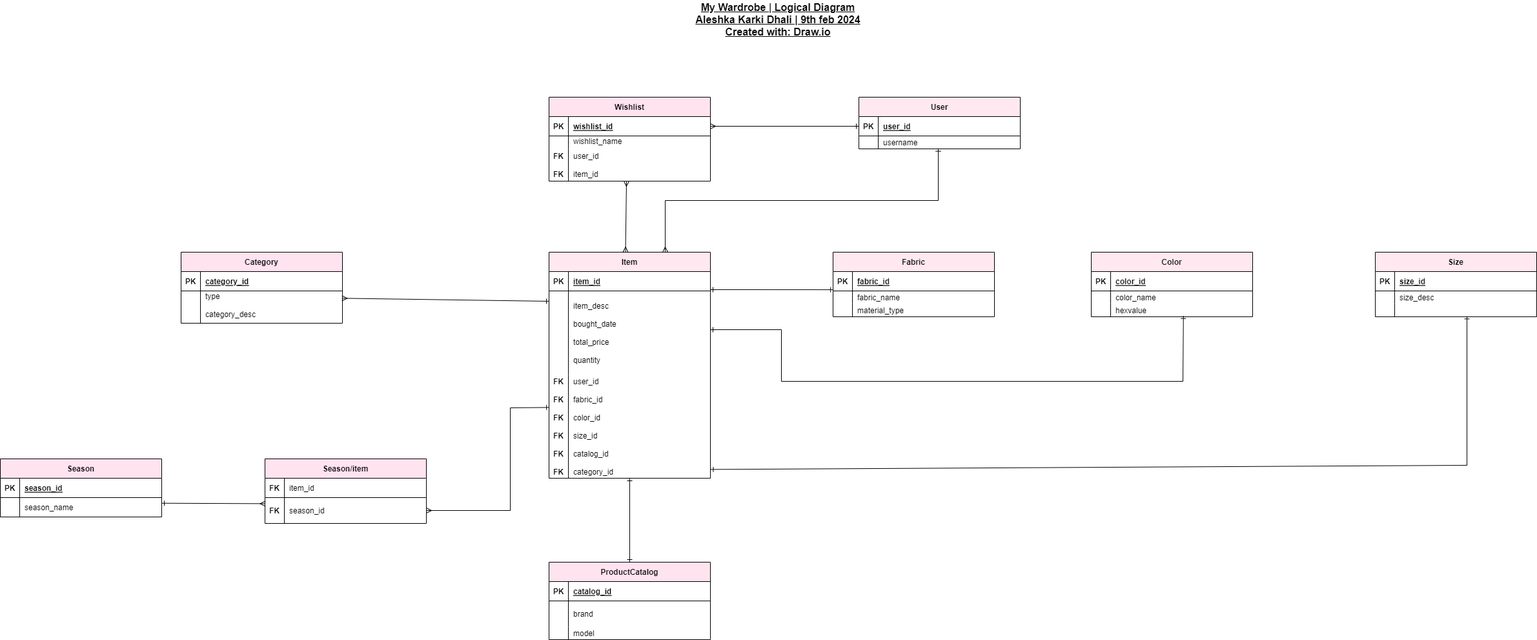
The draw.io diagram Database_ERD/Logical_ERD.png in AleshkaKarki/mywardrobe, before a commit. Source tidied: cells renumbered, new cells last; positions are measured from the earlier drawing's top-left corner, leaving out a move shared by most shapes.
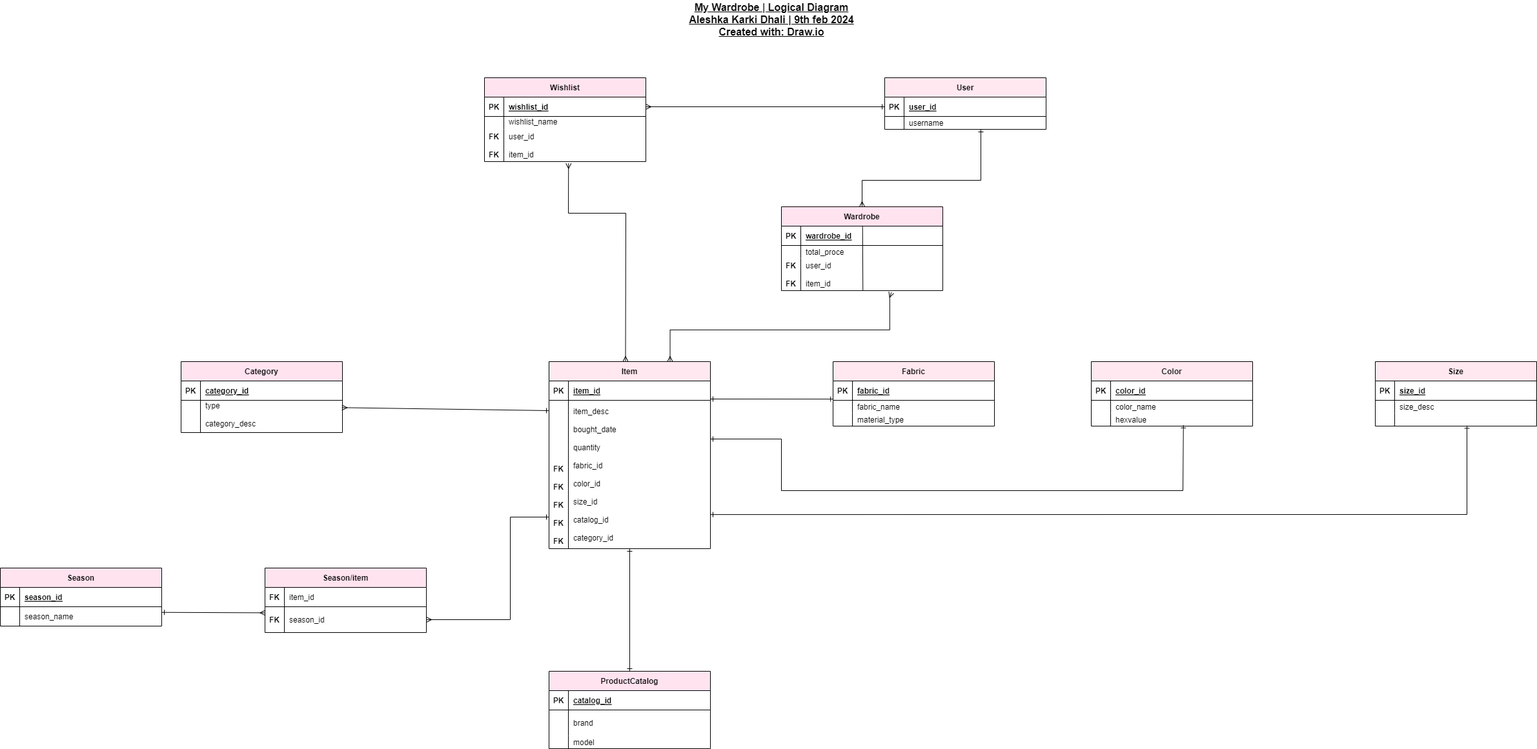
The same diagram one commit later.

The edit, as a diff of the source:
```diff
@@ -6,7 +6,7 @@
       <mxGeometry relative="1" as="geometry" />
     </mxCell>
     <mxCell id="3" value="Item" style="shape=table;startSize=30;rowLines=0;fontStyle=1;align=center;fillColor=#FFE8EF;" parent="1" vertex="1">
-      <mxGeometry x="850" y="390" width="250" height="350" as="geometry" />
+      <mxGeometry x="850" y="390" width="250" height="290" as="geometry" />
     </mxCell>
     <mxCell id="4" style="shape=partialRectangle;fillColor=none;top=0;left=0;right=0;bottom=1;" parent="3" vertex="1">
       <mxGeometry y="30" width="250" height="30" as="geometry" />
@@ -18,25 +18,16 @@
       <mxGeometry x="30" width="220" height="30" as="geometry" />
     </mxCell>
     <mxCell id="7" style="shape=partialRectangle;fillColor=none;points=[[0,0.5],[1,0.5]];portConstraint=eastwest;top=0;left=0;right=0;bottom=0;" parent="3" vertex="1">
-      <mxGeometry y="60" width="250" height="130" as="geometry" />
+      <mxGeometry y="60" width="250" height="230" as="geometry" />
     </mxCell>
-    <mxCell id="8" style="shape=partialRectangle;overflow=hidden;fillColor=none;top=0;left=0;bottom=0;right=0;" parent="7" vertex="1">
-      <mxGeometry width="30" height="130" as="geometry" />
+    <mxCell id="8" value="&#10;&#10;&#10;&#10;&#10;&#10;&#10;FK&#10;&#10;FK&#10;&#10;FK&#10;&#10;FK&#10;&#10;FK&#10;" style="shape=partialRectangle;overflow=hidden;fillColor=none;top=0;left=0;bottom=0;right=0;fontStyle=1;" parent="7" vertex="1">
+      <mxGeometry width="30" height="230" as="geometry" />
     </mxCell>
-    <mxCell id="9" value="item_desc&#10;&#10;bought_date&#10;&#10;total_price&#10;&#10;quantity" style="shape=partialRectangle;overflow=hidden;fillColor=none;top=0;left=0;bottom=0;right=0;align=left;spacingLeft=6;" parent="7" vertex="1">
-      <mxGeometry x="30" width="220" height="130" as="geometry" />
+    <mxCell id="9" value="item_desc&#10;&#10;bought_date&#10;&#10;quantity&#10;&#10;fabric_id&#10;&#10;color_id&#10;&#10;size_id&#10;&#10;catalog_id&#10;&#10;category_id" style="shape=partialRectangle;overflow=hidden;fillColor=none;top=0;left=0;bottom=0;right=0;align=left;spacingLeft=6;" parent="7" vertex="1">
+      <mxGeometry x="30" width="220" height="230" as="geometry" />
     </mxCell>
-    <mxCell id="10" style="shape=partialRectangle;fillColor=none;points=[[0,0.5],[1,0.5]];portConstraint=eastwest;top=0;left=0;right=0;bottom=0;" parent="3" vertex="1">
-      <mxGeometry y="190" width="250" height="160" as="geometry" />
-    </mxCell>
-    <mxCell id="11" value="FK&#10;&#10;FK&#10;&#10;FK&#10;&#10;FK&#10;&#10;FK&#10;&#10;FK" style="shape=partialRectangle;overflow=hidden;fillColor=none;top=0;left=0;bottom=0;right=0;fontStyle=1;" parent="10" vertex="1">
-      <mxGeometry width="30" height="160" as="geometry" />
-    </mxCell>
-    <mxCell id="12" value="user_id&#10;&#10;fabric_id&#10;&#10;color_id&#10;&#10;size_id&#10;&#10;catalog_id&#10;&#10;category_id" style="shape=partialRectangle;overflow=hidden;fillColor=none;top=0;left=0;bottom=0;right=0;align=left;spacingLeft=6;" parent="10" vertex="1">
-      <mxGeometry x="30" width="220" height="160" as="geometry" />
-    </mxCell>
     <mxCell id="13" value="Wishlist" style="shape=table;startSize=30;rowLines=0;fontStyle=1;align=center;fillColor=#FFE3EF;" parent="1" vertex="1">
-      <mxGeometry x="850" y="150" width="250" height="130" as="geometry" />
+      <mxGeometry x="750" y="-50" width="250" height="130" as="geometry" />
     </mxCell>
     <mxCell id="14" style="shape=partialRectangle;fillColor=none;points=[[0,0.5],[1,0.5]];portConstraint=eastwest;top=0;left=0;right=0;bottom=1;" parent="13" vertex="1">
       <mxGeometry y="30" width="250" height="30" as="geometry" />
@@ -116,13 +107,16 @@
     <mxCell id="39" value="model" style="shape=partialRectangle;overflow=hidden;fillColor=none;top=0;left=0;bottom=0;right=0;align=left;spacingLeft=6;" parent="37" vertex="1">
       <mxGeometry x="30" width="220" height="20" as="geometry" />
     </mxCell>
-    <mxCell id="40" style="endArrow=ERmany;html=1;rounded=0;startArrow=ERmany;startFill=0;endFill=0;exitX=0.474;exitY=0;exitDx=0;exitDy=0;exitPerimeter=0;" parent="1" edge="1" source="3">
+    <mxCell id="40" style="endArrow=ERmany;html=1;rounded=0;startArrow=ERmany;startFill=0;endFill=0;exitX=0.474;exitY=0;exitDx=0;exitDy=0;exitPerimeter=0;entryX=0.521;entryY=1.056;entryDx=0;entryDy=0;entryPerimeter=0;" parent="1" edge="1" source="3" target="20">
       <mxGeometry relative="1" as="geometry">
-        <mxPoint x="970" y="280" as="targetPoint" />
+        <Array as="points">
+          <mxPoint x="969" y="160" />
+          <mxPoint x="880" y="160" />
+        </Array>
       </mxGeometry>
     </mxCell>
     <mxCell id="41" value="&lt;b style=&quot;font-size: 16px;&quot;&gt;&lt;u&gt;My Wardrobe | Logical Diagram&lt;br&gt;Aleshka Karki Dhali | 9th feb 2024&lt;br&gt;Created with: Draw.io&lt;/u&gt;&lt;/b&gt;" style="text;html=1;strokeColor=none;fillColor=none;align=center;verticalAlign=middle;whiteSpace=wrap;rounded=0;" parent="1" vertex="1">
-      <mxGeometry x="1060" width="290" height="60" as="geometry" />
+      <mxGeometry x="1050" y="-170" width="290" height="60" as="geometry" />
     </mxCell>
     <mxCell id="42" value="Size" style="shape=table;startSize=30;rowLines=0;fontStyle=1;align=center;fillColor=#FFE8EF;" parent="1" vertex="1">
       <mxGeometry x="2130" y="390" width="250" height="100" as="geometry" />
@@ -215,7 +209,7 @@
       <mxGeometry x="30" width="220" height="20" as="geometry" />
     </mxCell>
     <mxCell id="72" value="User" style="shape=table;startSize=30;rowLines=0;fontStyle=1;align=center;fillColor=#FFE8EF;" parent="1" vertex="1">
-      <mxGeometry x="1330" y="150" width="250" height="80" as="geometry" />
+      <mxGeometry x="1370" y="-50" width="250" height="80" as="geometry" />
     </mxCell>
     <mxCell id="73" style="shape=partialRectangle;fillColor=none;points=[[0,0.5],[1,0.5]];portConstraint=eastwest;top=0;left=0;right=0;bottom=1;" parent="72" vertex="1">
       <mxGeometry y="30" width="250" height="30" as="geometry" />
@@ -253,10 +247,10 @@
         </Array>
       </mxGeometry>
     </mxCell>
-    <mxCell id="82" style="endArrow=ERone;html=1;rounded=0;exitX=1.002;exitY=0.915;exitDx=0;exitDy=0;exitPerimeter=0;entryX=0.568;entryY=0.966;entryDx=0;entryDy=0;entryPerimeter=0;startArrow=ERone;startFill=0;endFill=0;" parent="1" edge="1" source="10" target="49">
+    <mxCell id="82" style="endArrow=ERone;html=1;rounded=0;exitX=1;exitY=0.77;exitDx=0;exitDy=0;exitPerimeter=0;entryX=0.568;entryY=0.966;entryDx=0;entryDy=0;entryPerimeter=0;startArrow=ERone;startFill=0;endFill=0;" parent="1" edge="1" source="7" target="49">
       <mxGeometry relative="1" as="geometry">
         <Array as="points">
-          <mxPoint x="2272" y="720" />
+          <mxPoint x="2272" y="627" />
         </Array>
       </mxGeometry>
     </mxCell>
@@ -265,15 +259,6 @@
         <mxPoint x="850" y="466" as="targetPoint" />
       </mxGeometry>
     </mxCell>
-    <mxCell id="84" style="endArrow=ERone;html=1;rounded=0;startArrow=ERmany;startFill=0;endFill=0;entryX=0.492;entryY=0.982;entryDx=0;entryDy=0;entryPerimeter=0;" parent="1" edge="1" target="76">
-      <mxGeometry relative="1" as="geometry">
-        <mxPoint x="1030" y="390" as="sourcePoint" />
-        <Array as="points">
-          <mxPoint x="1030" y="310" />
-          <mxPoint x="1453" y="310" />
-        </Array>
-      </mxGeometry>
-    </mxCell>
     <mxCell id="85" value="Season" style="shape=table;startSize=30;rowLines=0;fontStyle=1;align=center;fillColor=#FFE3EF;" parent="1" vertex="1">
       <mxGeometry y="710" width="250" height="90" as="geometry" />
     </mxCell>
@@ -319,7 +304,7 @@
     <mxCell id="99" style="endArrow=ERmany;html=1;rounded=0;exitX=1;exitY=0.29;exitDx=0;exitDy=0;exitPerimeter=0;entryX=0.002;entryY=0.235;entryDx=0;entryDy=0;entryPerimeter=0;startArrow=ERone;startFill=0;endFill=0;" parent="1" edge="1" source="89" target="96">
       <mxGeometry relative="1" as="geometry" />
     </mxCell>
-    <mxCell id="100" style="endArrow=ERone;html=1;rounded=0;exitX=1;exitY=0.5;exitDx=0;exitDy=0;entryX=0.001;entryY=0.315;entryDx=0;entryDy=0;entryPerimeter=0;startArrow=ERmany;startFill=0;endFill=0;" parent="1" edge="1" source="96" target="10">
+    <mxCell id="100" style="endArrow=ERone;html=1;rounded=0;exitX=1;exitY=0.5;exitDx=0;exitDy=0;entryX=0;entryY=0.787;entryDx=0;entryDy=0;entryPerimeter=0;startArrow=ERmany;startFill=0;endFill=0;" parent="1" edge="1" source="96" target="7">
       <mxGeometry relative="1" as="geometry">
         <Array as="points">
           <mxPoint x="790" y="790" />
@@ -327,5 +312,57 @@
         </Array>
       </mxGeometry>
     </mxCell>
+    <mxCell id="101" value="Wardrobe" style="shape=table;startSize=30;rowLines=0;fontStyle=1;align=center;fillColor=#FFE3EF;" parent="1" vertex="1">
+      <mxGeometry x="1210" y="150" width="250" height="130" as="geometry" />
+    </mxCell>
+    <mxCell id="102" style="shape=partialRectangle;fillColor=none;points=[[0,0.5],[1,0.5]];portConstraint=eastwest;top=0;left=0;right=0;bottom=1;" parent="101" vertex="1">
+      <mxGeometry y="30" width="250" height="30" as="geometry" />
+    </mxCell>
+    <mxCell id="103" value="PK" style="shape=partialRectangle;overflow=hidden;fillColor=none;top=0;left=0;bottom=0;right=0;fontStyle=1;" parent="102" vertex="1">
+      <mxGeometry width="30" height="30" as="geometry" />
+    </mxCell>
+    <mxCell id="104" value="wardrobe_id" style="shape=partialRectangle;overflow=hidden;fillColor=none;top=0;left=0;bottom=0;right=0;align=left;spacingLeft=6;fontStyle=5;" parent="102" vertex="1">
+      <mxGeometry x="30" width="220" height="30" as="geometry" />
+    </mxCell>
+    <mxCell id="105" style="shape=partialRectangle;fillColor=none;top=0;left=0;right=0;bottom=0;" parent="101" vertex="1">
+      <mxGeometry y="60" width="250" height="20" as="geometry" />
+    </mxCell>
+    <mxCell id="106" style="shape=partialRectangle;overflow=hidden;fillColor=none;top=0;left=0;bottom=0;right=0;" parent="105" vertex="1">
+      <mxGeometry width="30" height="20" as="geometry" />
+    </mxCell>
+    <mxCell id="107" value="total_proce" style="shape=partialRectangle;overflow=hidden;fillColor=none;top=0;left=0;bottom=0;right=0;align=left;spacingLeft=6;" parent="105" vertex="1">
+      <mxGeometry x="30" width="220" height="20" as="geometry" />
+    </mxCell>
+    <mxCell id="108" style="shape=partialRectangle;fillColor=none;points=[[0,0.5],[1,0.5]];portConstraint=eastwest;top=0;left=0;right=0;bottom=0;" parent="101" vertex="1">
+      <mxGeometry y="80" width="250" height="50" as="geometry" />
+    </mxCell>
+    <mxCell id="109" value="FK&#10;&#10;FK" style="shape=partialRectangle;overflow=hidden;fillColor=none;top=0;left=0;bottom=0;right=0;fontStyle=1;" parent="108" vertex="1">
+      <mxGeometry width="30" height="50" as="geometry" />
+    </mxCell>
+    <mxCell id="110" value="user_id&#10;&#10;item_id" style="shape=partialRectangle;overflow=hidden;fillColor=none;top=0;left=0;bottom=0;right=0;align=left;spacingLeft=6;" parent="108" vertex="1">
+      <mxGeometry x="30" width="220" height="50" as="geometry" />
+    </mxCell>
+    <mxCell id="111" style="endArrow=none;html=1;rounded=0;entryX=0.503;entryY=0.021;entryDx=0;entryDy=0;entryPerimeter=0;exitX=0.505;exitY=1.008;exitDx=0;exitDy=0;exitPerimeter=0;" parent="101" edge="1" source="108" target="102">
+      <mxGeometry relative="1" as="geometry" />
+    </mxCell>
+    <mxCell id="112" style="endArrow=ERone;html=1;rounded=0;entryX=0.497;entryY=1.035;entryDx=0;entryDy=0;entryPerimeter=0;exitX=0.5;exitY=0;exitDx=0;exitDy=0;startArrow=ERmany;startFill=0;endFill=0;" parent="1" edge="1" source="101">
+      <mxGeometry relative="1" as="geometry">
+        <mxPoint x="1519" y="30" as="targetPoint" />
+        <Array as="points">
+          <mxPoint x="1335" y="109" />
+          <mxPoint x="1519" y="109" />
+        </Array>
+      </mxGeometry>
+    </mxCell>
+    <mxCell id="113" style="edgeStyle=orthogonalEdgeStyle;rounded=0;jettySize=auto;html=1;exitX=0.75;exitY=0;exitDx=0;exitDy=0;endArrow=ERmany;endFill=0;startArrow=ERmany;startFill=0;entryX=0.681;entryY=1.058;entryDx=0;entryDy=0;entryPerimeter=0;" parent="1" edge="1" source="3" target="108">
+      <mxGeometry relative="1" as="geometry">
+        <Array as="points">
+          <mxPoint x="1038" y="341" />
+          <mxPoint x="1378" y="341" />
+          <mxPoint x="1378" y="290" />
+          <mxPoint x="1380" y="290" />
+        </Array>
+      </mxGeometry>
+    </mxCell>
   </root>
 </mxGraphModel>
```
